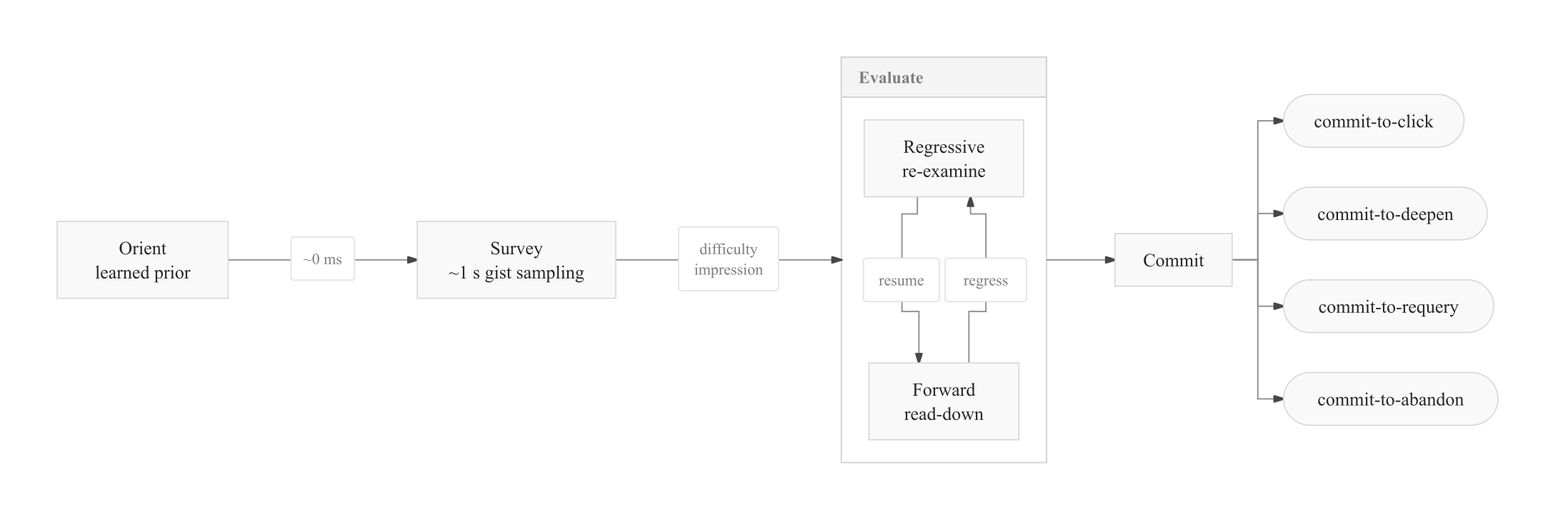
Above: assets/task-model-osec.png in andyed/attentional-foraging (Mermaid), before the change. Its source is kept beside it as assets/task-model-osec.mmd. Its diagram source:
```mermaid

flowchart LR
    O[Orient<br/>learned prior] -->|~0 ms| S[Survey<br/>~1 s gist sampling]
    S -->|difficulty<br/>impression| Ev

    subgraph Ev [Evaluate]
        direction TB
        F[Forward<br/>read-down]
        R[Regressive<br/>re-examine]
        F -->|regress| R
        R -->|resume| F
    end

    Ev --> C[Commit]
    C --> CC([commit-to-click])
    C --> CD([commit-to-deepen])
    C --> CQ([commit-to-requery])
    C --> CA([commit-to-abandon])
```
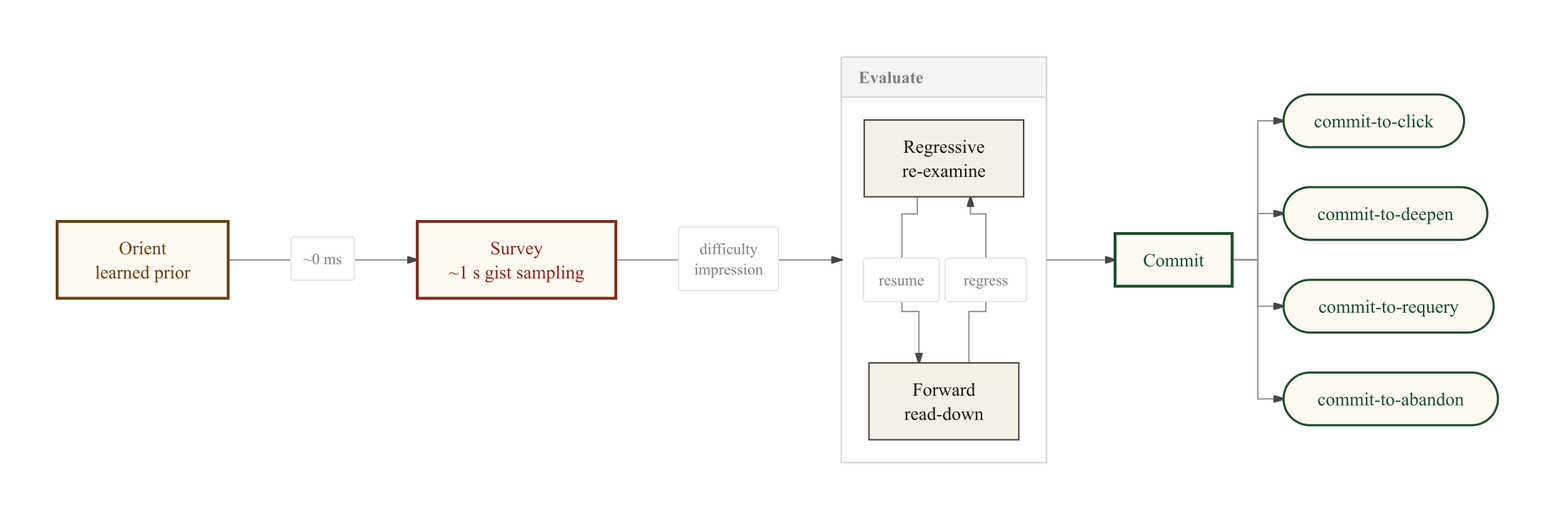
Above is the later version.

Commit message:
assets: refresh OSEC task-model diagram; add scanpath and desktop figures

Diff of the diagram source:
```diff
@@ -1,3 +1,4 @@
+%%{init: {'theme': 'base', 'themeVariables': {'background': '#fcfaf3', 'primaryColor': '#fcfaf3', 'primaryTextColor': '#1a1612', 'primaryBorderColor': '#4a443a', 'lineColor': '#4a443a', 'secondaryColor': '#f3f1e7', 'tertiaryColor': '#fcfaf3', 'edgeLabelBackground': '#fcfaf3', 'fontFamily': 'Inter, -apple-system, system-ui, sans-serif', 'fontSize': '15px'}}}%%
 
 flowchart LR
     O[Orient<br/>learned prior] -->|~0 ms| S[Survey<br/>~1 s gist sampling]
@@ -16,3 +17,17 @@
     C --> CD([commit-to-deepen])
     C --> CQ([commit-to-requery])
     C --> CA([commit-to-abandon])
+
+    classDef stageOrient   fill:#fcfaf3,stroke:#6a4010,stroke-width:2px,color:#6a4010,font-weight:600
+    classDef stageSurvey   fill:#fcfaf3,stroke:#852818,stroke-width:2px,color:#852818,font-weight:600
+    classDef stageCommit   fill:#fcfaf3,stroke:#1e4a2c,stroke-width:2px,color:#1e4a2c,font-weight:600
+    classDef subState      fill:#f3f1e7,stroke:#4a443a,stroke-width:1px,color:#1a1612
+    classDef typedExit     fill:#fcfaf3,stroke:#1e4a2c,stroke-width:1.5px,color:#1e4a2c
+
+    class O stageOrient
+    class S stageSurvey
+    class C stageCommit
+    class F,R subState
+    class CC,CD,CQ,CA typedExit
+
+    style Ev fill:#fcfaf3,stroke:#1a4a6a,stroke-width:2px,color:#1a4a6a
```
